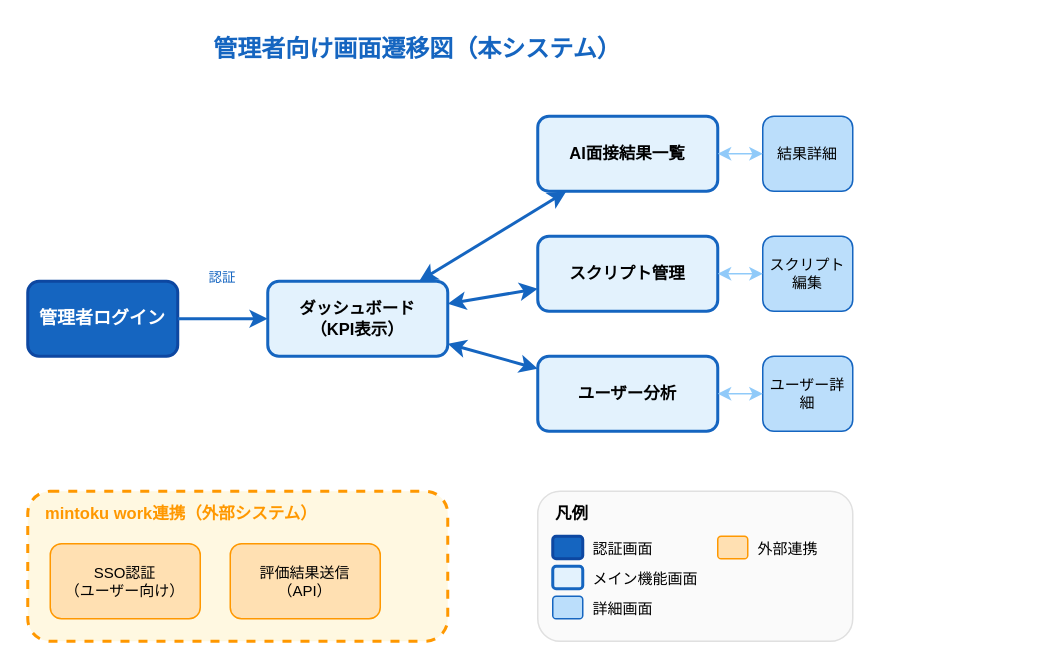
Above: docs/images/画面遷移図_管理者向け.drawio in yoshidasendai115/ai-interview (draw.io), before the change. Source tidied: cells renumbered, new cells numbered last; positions are measured from the earlier drawing's top-left corner, leaving out a move shared by most shapes. Both pictures are drawn from the tidied source at 150%, with x=0, y=0 at pixel (27, 26).
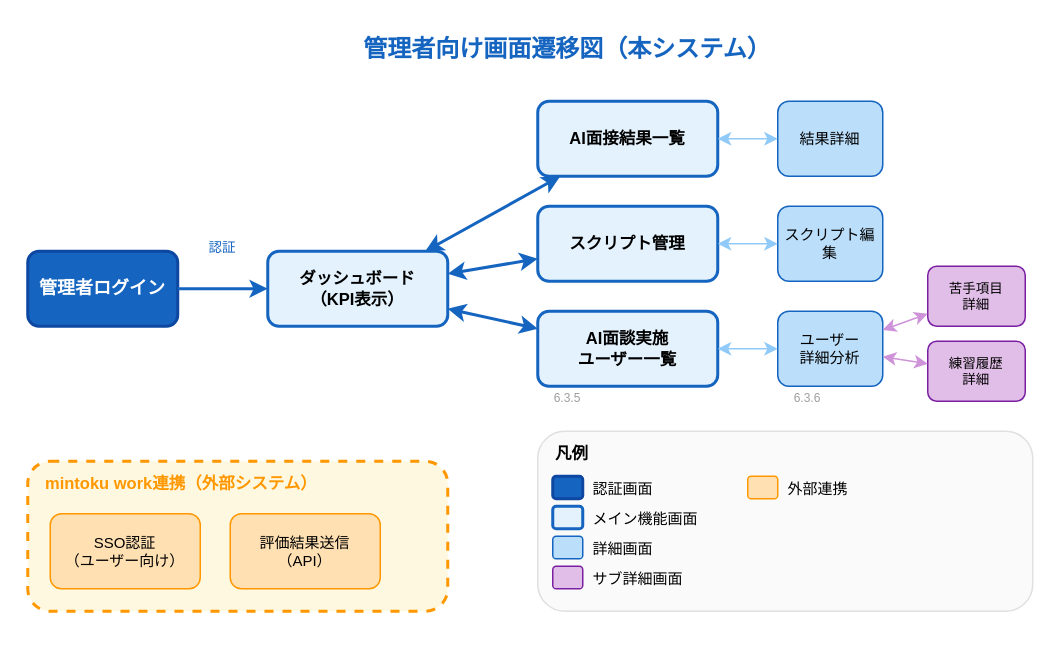
The same diagram, later.

Change to the diagram source:
```diff
@@
     <mxCell id="2" value="管理者向け画面遷移図（本システム）" style="text;html=1;strokeColor=none;fillColor=none;align=center;verticalAlign=middle;whiteSpace=wrap;rounded=0;fontSize=16;fontStyle=1;fontColor=#1565C0;" parent="1" vertex="1">
-      <mxGeometry x="110" width="300" height="30" as="geometry" />
+      <mxGeometry x="210" width="300" height="30" as="geometry" />
     </mxCell>
     <mxCell id="3" value="管理者ログイン" style="rounded=1;whiteSpace=wrap;html=1;fillColor=#1565C0;strokeColor=#0D47A1;strokeWidth=2;fontColor=#FFFFFF;fontSize=12;fontStyle=1;" parent="1" vertex="1">
-      <mxGeometry y="170" width="100" height="50" as="geometry" />
+      <mxGeometry y="150" width="100" height="50" as="geometry" />
     </mxCell>
     <mxCell id="4" value="ダッシュボード&#10;（KPI表示）" style="rounded=1;whiteSpace=wrap;html=1;fillColor=#E3F2FD;strokeColor=#1565C0;strokeWidth=2;fontSize=11;fontStyle=1;" parent="1" vertex="1">
-      <mxGeometry x="160" y="170" width="120" height="50" as="geometry" />
+      <mxGeometry x="160" y="150" width="120" height="50" as="geometry" />
     </mxCell>
     <mxCell id="5" value="AI面接結果一覧" style="rounded=1;whiteSpace=wrap;html=1;fillColor=#E3F2FD;strokeColor=#1565C0;strokeWidth=2;fontSize=11;fontStyle=1;" parent="1" vertex="1">
-      <mxGeometry x="340" y="60" width="120" height="50" as="geometry" />
+      <mxGeometry x="340" y="50" width="120" height="50" as="geometry" />
     </mxCell>
     <mxCell id="6" value="結果詳細" style="rounded=1;whiteSpace=wrap;html=1;fillColor=#BBDEFB;strokeColor=#1565C0;strokeWidth=1;fontSize=10;" parent="1" vertex="1">
-      <mxGeometry x="490" y="60" width="60" height="50" as="geometry" />
+      <mxGeometry x="500" y="50" width="70" height="50" as="geometry" />
     </mxCell>
     <mxCell id="7" value="スクリプト管理" style="rounded=1;whiteSpace=wrap;html=1;fillColor=#E3F2FD;strokeColor=#1565C0;strokeWidth=2;fontSize=11;fontStyle=1;" parent="1" vertex="1">
-      <mxGeometry x="340" y="140" width="120" height="50" as="geometry" />
+      <mxGeometry x="340" y="120" width="120" height="50" as="geometry" />
     </mxCell>
     <mxCell id="8" value="スクリプト編集" style="rounded=1;whiteSpace=wrap;html=1;fillColor=#BBDEFB;strokeColor=#1565C0;strokeWidth=1;fontSize=10;" parent="1" vertex="1">
-      <mxGeometry x="490" y="140" width="60" height="50" as="geometry" />
+      <mxGeometry x="500" y="120" width="70" height="50" as="geometry" />
     </mxCell>
-    <mxCell id="9" value="ユーザー分析" style="rounded=1;whiteSpace=wrap;html=1;fillColor=#E3F2FD;strokeColor=#1565C0;strokeWidth=2;fontSize=11;fontStyle=1;" parent="1" vertex="1">
-      <mxGeometry x="340" y="220" width="120" height="50" as="geometry" />
-    </mxCell>
+    <mxCell id="33" value="AI面談実施&#10;ユーザー一覧" style="rounded=1;whiteSpace=wrap;html=1;fillColor=#E3F2FD;strokeColor=#1565C0;strokeWidth=2;fontSize=11;fontStyle=1;" parent="1" vertex="1">
+      <mxGeometry x="340" y="190" width="120" height="50" as="geometry" />
+    </mxCell>
-    <mxCell id="10" value="ユーザー詳細" style="rounded=1;whiteSpace=wrap;html=1;fillColor=#BBDEFB;strokeColor=#1565C0;strokeWidth=1;fontSize=10;" parent="1" vertex="1">
-      <mxGeometry x="490" y="220" width="60" height="50" as="geometry" />
+    <mxCell id="10" value="ユーザー&#10;詳細分析" style="rounded=1;whiteSpace=wrap;html=1;fillColor=#BBDEFB;strokeColor=#1565C0;strokeWidth=1;fontSize=10;" parent="1" vertex="1">
+      <mxGeometry x="500" y="190" width="70" height="50" as="geometry" />
     </mxCell>
+    <mxCell id="34" value="苦手項目&#10;詳細" style="rounded=1;whiteSpace=wrap;html=1;fillColor=#E1BEE7;strokeColor=#7B1FA2;strokeWidth=1;fontSize=9;" parent="1" vertex="1">
+      <mxGeometry x="600" y="160" width="65" height="40" as="geometry" />
+    </mxCell>
+    <mxCell id="35" value="練習履歴&#10;詳細" style="rounded=1;whiteSpace=wrap;html=1;fillColor=#E1BEE7;strokeColor=#7B1FA2;strokeWidth=1;fontSize=9;" parent="1" vertex="1">
+      <mxGeometry x="600" y="210" width="65" height="40" as="geometry" />
+    </mxCell>
@@
     <mxCell id="12" value="認証" style="text;html=1;strokeColor=none;fillColor=none;align=center;verticalAlign=middle;whiteSpace=wrap;rounded=0;fontSize=9;fontColor=#1565C0;" parent="1" vertex="1">
-      <mxGeometry x="110" y="160" width="40" height="15" as="geometry" />
+      <mxGeometry x="110" y="140" width="40" height="15" as="geometry" />
     </mxCell>
@@
-    <mxCell id="15" style="endArrow=classic;startArrow=classic;html=1;strokeColor=#1565C0;strokeWidth=2;" parent="1" edge="1" source="4" target="9">
+    <mxCell id="15" style="endArrow=classic;startArrow=classic;html=1;strokeColor=#1565C0;strokeWidth=2;" parent="1" edge="1" source="4" target="33">
       <mxGeometry relative="1" as="geometry" />
     </mxCell>
@@
-    <mxCell id="18" style="endArrow=classic;startArrow=classic;html=1;strokeColor=#90CAF9;strokeWidth=1;" parent="1" edge="1" source="9" target="10">
+    <mxCell id="18" style="endArrow=classic;startArrow=classic;html=1;strokeColor=#90CAF9;strokeWidth=1;" parent="1" edge="1" source="33" target="10">
       <mxGeometry relative="1" as="geometry" />
     </mxCell>
+    <mxCell id="36" style="endArrow=classic;startArrow=classic;html=1;strokeColor=#CE93D8;strokeWidth=1;" parent="1" edge="1" source="10" target="34">
+      <mxGeometry relative="1" as="geometry" />
+    </mxCell>
+    <mxCell id="37" style="endArrow=classic;startArrow=classic;html=1;strokeColor=#CE93D8;strokeWidth=1;" parent="1" edge="1" source="10" target="35">
+      <mxGeometry relative="1" as="geometry" />
+    </mxCell>
     <mxCell id="19" style="rounded=1;whiteSpace=wrap;html=1;fillColor=#FFF8E1;strokeColor=#FF9800;strokeWidth=2;dashed=1;" parent="1" vertex="1">
-      <mxGeometry y="310" width="280" height="100" as="geometry" />
+      <mxGeometry y="290" width="280" height="100" as="geometry" />
     </mxCell>
     <mxCell id="20" value="mintoku work連携（外部システム）" style="text;html=1;strokeColor=none;fillColor=none;align=left;verticalAlign=middle;whiteSpace=wrap;rounded=0;fontSize=11;fontStyle=1;fontColor=#FF9800;" parent="1" vertex="1">
-      <mxGeometry x="10" y="315" width="200" height="20" as="geometry" />
+      <mxGeometry x="10" y="295" width="200" height="20" as="geometry" />
     </mxCell>
     <mxCell id="21" value="SSO認証&#10;（ユーザー向け）" style="rounded=1;whiteSpace=wrap;html=1;fillColor=#FFE0B2;strokeColor=#FF9800;strokeWidth=1;fontSize=10;" parent="1" vertex="1">
-      <mxGeometry x="15" y="345" width="100" height="50" as="geometry" />
+      <mxGeometry x="15" y="325" width="100" height="50" as="geometry" />
     </mxCell>
     <mxCell id="22" value="評価結果送信&#10;（API）" style="rounded=1;whiteSpace=wrap;html=1;fillColor=#FFE0B2;strokeColor=#FF9800;strokeWidth=1;fontSize=10;" parent="1" vertex="1">
-      <mxGeometry x="135" y="345" width="100" height="50" as="geometry" />
+      <mxGeometry x="135" y="325" width="100" height="50" as="geometry" />
     </mxCell>
     <mxCell id="23" style="rounded=1;whiteSpace=wrap;html=1;fillColor=#FAFAFA;strokeColor=#E0E0E0;" parent="1" vertex="1">
-      <mxGeometry x="340" y="310" width="210" height="100" as="geometry" />
+      <mxGeometry x="340" y="270" width="330" height="120" as="geometry" />
     </mxCell>
     <mxCell id="24" value="凡例" style="text;html=1;strokeColor=none;fillColor=none;align=left;verticalAlign=middle;whiteSpace=wrap;rounded=0;fontSize=11;fontStyle=1;" parent="1" vertex="1">
-      <mxGeometry x="350" y="315" width="50" height="20" as="geometry" />
+      <mxGeometry x="350" y="275" width="50" height="20" as="geometry" />
     </mxCell>
     <mxCell id="25" style="rounded=1;whiteSpace=wrap;html=1;fillColor=#1565C0;strokeColor=#0D47A1;strokeWidth=2;" parent="1" vertex="1">
-      <mxGeometry x="350" y="340" width="20" height="15" as="geometry" />
+      <mxGeometry x="350" y="300" width="20" height="15" as="geometry" />
     </mxCell>
     <mxCell id="26" value="認証画面" style="text;html=1;strokeColor=none;fillColor=none;align=left;verticalAlign=middle;whiteSpace=wrap;rounded=0;fontSize=10;" parent="1" vertex="1">
-      <mxGeometry x="375" y="338" width="70" height="20" as="geometry" />
+      <mxGeometry x="375" y="298" width="70" height="20" as="geometry" />
     </mxCell>
     <mxCell id="27" style="rounded=1;whiteSpace=wrap;html=1;fillColor=#E3F2FD;strokeColor=#1565C0;strokeWidth=2;" parent="1" vertex="1">
-      <mxGeometry x="350" y="360" width="20" height="15" as="geometry" />
+      <mxGeometry x="350" y="320" width="20" height="15" as="geometry" />
     </mxCell>
     <mxCell id="28" value="メイン機能画面" style="text;html=1;strokeColor=none;fillColor=none;align=left;verticalAlign=middle;whiteSpace=wrap;rounded=0;fontSize=10;" parent="1" vertex="1">
-      <mxGeometry x="375" y="358" width="90" height="20" as="geometry" />
+      <mxGeometry x="375" y="318" width="90" height="20" as="geometry" />
     </mxCell>
     <mxCell id="29" style="rounded=1;whiteSpace=wrap;html=1;fillColor=#BBDEFB;strokeColor=#1565C0;strokeWidth=1;" parent="1" vertex="1">
-      <mxGeometry x="350" y="380" width="20" height="15" as="geometry" />
+      <mxGeometry x="350" y="340" width="20" height="15" as="geometry" />
     </mxCell>
     <mxCell id="30" value="詳細画面" style="text;html=1;strokeColor=none;fillColor=none;align=left;verticalAlign=middle;whiteSpace=wrap;rounded=0;fontSize=10;" parent="1" vertex="1">
-      <mxGeometry x="375" y="378" width="70" height="20" as="geometry" />
+      <mxGeometry x="375" y="338" width="70" height="20" as="geometry" />
     </mxCell>
-    <mxCell id="31" style="rounded=1;whiteSpace=wrap;html=1;fillColor=#FFE0B2;strokeColor=#FF9800;strokeWidth=1;" parent="1" vertex="1">
-      <mxGeometry x="460" y="340" width="20" height="15" as="geometry" />
+    <mxCell id="31" style="rounded=1;whiteSpace=wrap;html=1;fillColor=#E1BEE7;strokeColor=#7B1FA2;strokeWidth=1;" parent="1" vertex="1">
+      <mxGeometry x="350" y="360" width="20" height="15" as="geometry" />
     </mxCell>
-    <mxCell id="32" value="外部連携" style="text;html=1;strokeColor=none;fillColor=none;align=left;verticalAlign=middle;whiteSpace=wrap;rounded=0;fontSize=10;" parent="1" vertex="1">
-      <mxGeometry x="485" y="338" width="60" height="20" as="geometry" />
+    <mxCell id="32" value="サブ詳細画面" style="text;html=1;strokeColor=none;fillColor=none;align=left;verticalAlign=middle;whiteSpace=wrap;rounded=0;fontSize=10;" parent="1" vertex="1">
+      <mxGeometry x="375" y="358" width="80" height="20" as="geometry" />
     </mxCell>
+    <mxCell id="38" style="rounded=1;whiteSpace=wrap;html=1;fillColor=#FFE0B2;strokeColor=#FF9800;strokeWidth=1;" parent="1" vertex="1">
+      <mxGeometry x="480" y="300" width="20" height="15" as="geometry" />
+    </mxCell>
+    <mxCell id="39" value="外部連携" style="text;html=1;strokeColor=none;fillColor=none;align=left;verticalAlign=middle;whiteSpace=wrap;rounded=0;fontSize=10;" parent="1" vertex="1">
+      <mxGeometry x="505" y="298" width="60" height="20" as="geometry" />
+    </mxCell>
+    <mxCell id="40" value="6.3.5" style="text;html=1;strokeColor=none;fillColor=none;align=center;verticalAlign=middle;whiteSpace=wrap;rounded=0;fontSize=8;fontColor=#9E9E9E;" parent="1" vertex="1">
+      <mxGeometry x="340" y="240" width="40" height="15" as="geometry" />
+    </mxCell>
+    <mxCell id="41" value="6.3.6" style="text;html=1;strokeColor=none;fillColor=none;align=center;verticalAlign=middle;whiteSpace=wrap;rounded=0;fontSize=8;fontColor=#9E9E9E;" parent="1" vertex="1">
+      <mxGeometry x="500" y="240" width="40" height="15" as="geometry" />
+    </mxCell>
```
